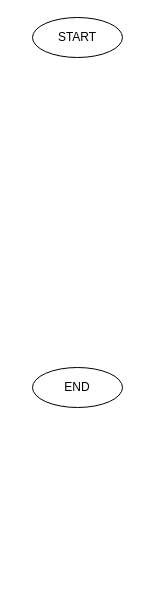
The draw.io diagram CreditWise.drawio in Gooseytwoshoes/Creditcard-Database, before the edit. Source tidied: cells renumbered, new cells numbered last; positions are measured from the earlier drawing's top-left corner, leaving out a move shared by most shapes. Both pictures are drawn from the tidied source at 100%, with x=0, y=0 at pixel (32, 17).
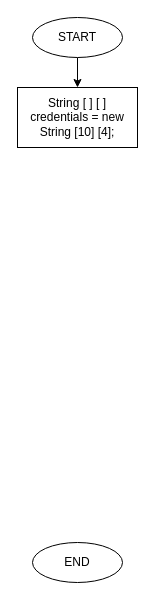
Above is the later version.

The edit, as a diff of the source:
```diff
@@
 <mxGraphModel>
   <root>
     <mxCell id="0" />
     <mxCell id="1" parent="0" />
+    <mxCell id="4" style="edgeStyle=orthogonalEdgeStyle;rounded=0;jettySize=auto;html=1;" parent="1" edge="1" source="2" target="5">
+      <mxGeometry relative="1" as="geometry" />
+    </mxCell>
     <mxCell id="2" value="START" style="ellipse;whiteSpace=wrap;html=1;" parent="1" vertex="1">
       <mxGeometry width="90" height="40" as="geometry" />
     </mxCell>
     <mxCell id="3" value="END" style="ellipse;whiteSpace=wrap;html=1;" parent="1" vertex="1">
-      <mxGeometry y="350" width="90" height="40" as="geometry" />
+      <mxGeometry y="525" width="90" height="40" as="geometry" />
     </mxCell>
+    <mxCell id="5" value="String [ ] [ ] credentials = new String [10] [4];" style="whiteSpace=wrap;html=1;" parent="1" vertex="1">
+      <mxGeometry x="-15" y="70" width="120" height="60" as="geometry" />
+    </mxCell>
   </root>
 </mxGraphModel>
```
